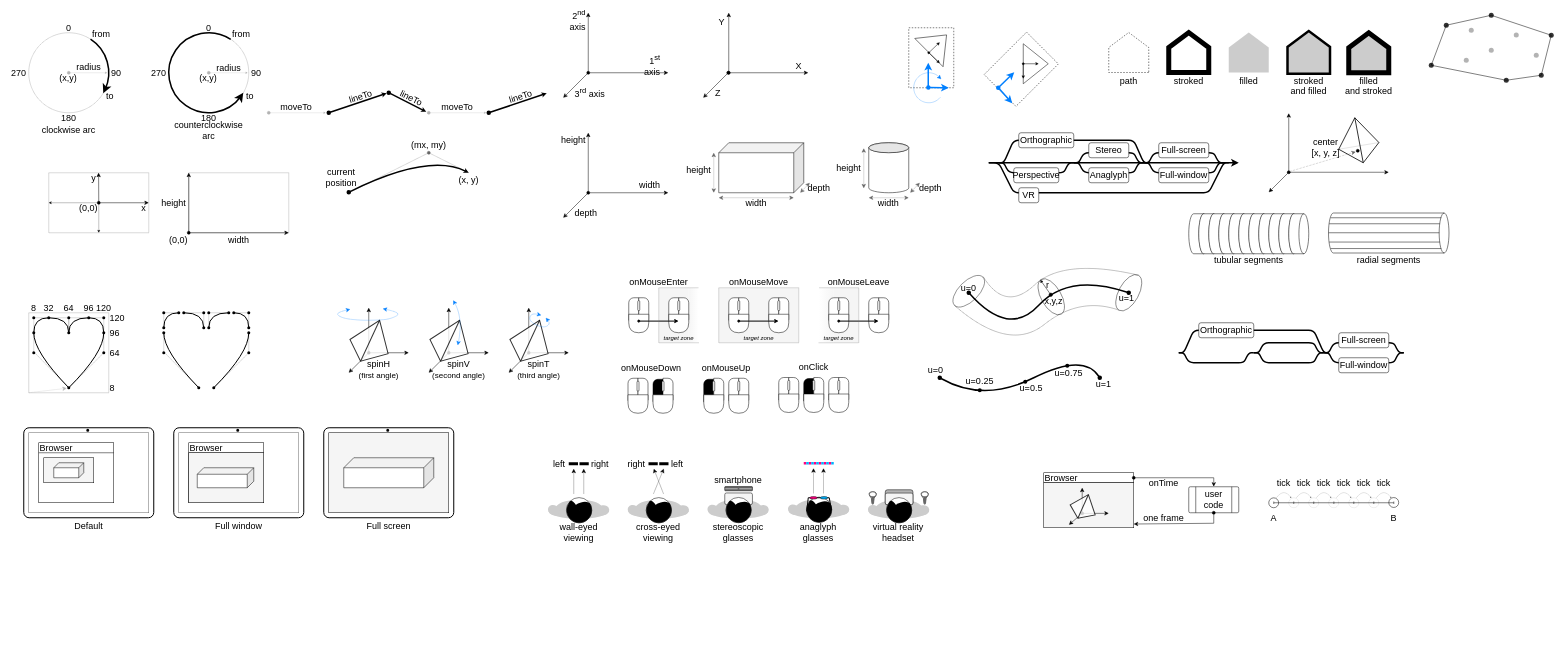
Above: docs/images/images.drawio in boytchev/suica (draw.io), before the change. Source tidied: cells renumbered, new cells numbered last; positions are measured from the earlier drawing's top-left corner, leaving out a move shared by most shapes. Both pictures are drawn from the tidied source at 50%, with x=0, y=0 at pixel (8, 12).
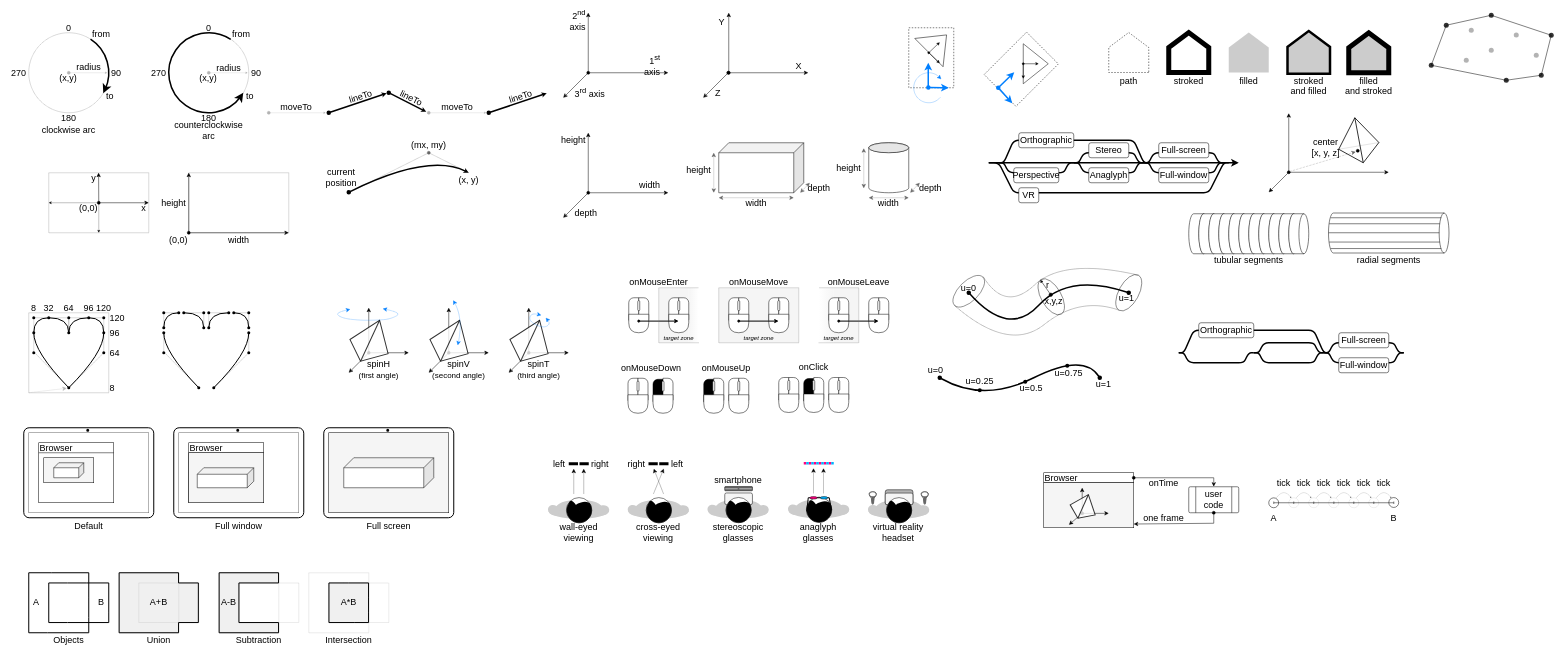
After the change.

Diff of the diagram source:
```diff
@@
+    <mxCell id="522" style="verticalLabelPosition=bottom;verticalAlign=top;html=1;shape=mxgraph.basic.polygon;polyCoords=[[0.3,0],[0.8,0],[0.8,0.42],[0.8,0.75],[0.8,1],[0.25,1],[0,1],[0,0]];polyline=0;fillColor=none;strokeWidth=2;" parent="1" vertex="1">
+      <mxGeometry x="40" y="1120" width="150" height="120" as="geometry" />
+    </mxCell>
+    <mxCell id="523" style="verticalLabelPosition=bottom;verticalAlign=top;html=1;shape=mxgraph.basic.polygon;polyCoords=[[0.25,0.17],[0.5,0.17],[0.8,0.17],[0.8,0.67],[0.8,0.83],[0.25,0.83],[0,0.83],[0,0.17]];polyline=0;fillColor=none;strokeWidth=2;" parent="1" vertex="1">
+      <mxGeometry x="80" y="1120" width="150" height="120" as="geometry" />
+    </mxCell>
+    <mxCell id="524" value="A" style="text;html=1;strokeColor=none;fillColor=none;align=center;verticalAlign=middle;whiteSpace=wrap;rounded=0;fontFamily=Calibri;fontSize=18;" parent="1" vertex="1">
+      <mxGeometry x="40" y="1165" width="30" height="27" as="geometry" />
+    </mxCell>
+    <mxCell id="525" value="B" style="text;html=1;strokeColor=none;fillColor=none;align=center;verticalAlign=middle;whiteSpace=wrap;rounded=0;fontFamily=Calibri;fontSize=18;" parent="1" vertex="1">
+      <mxGeometry x="170" y="1165" width="30" height="27" as="geometry" />
+    </mxCell>
+    <mxCell id="526" style="verticalLabelPosition=bottom;verticalAlign=top;html=1;shape=mxgraph.basic.polygon;polyCoords=[[0.3,0],[0.8,0],[0.8,0.42],[0.8,0.75],[0.8,1],[0.25,1],[0,1],[0,0]];polyline=0;fillColor=none;strokeWidth=0.5;dashed=1;dashPattern=1 1;strokeColor=#666666;" parent="1" vertex="1">
+      <mxGeometry x="220" y="1120" width="150" height="120" as="geometry" />
+    </mxCell>
+    <mxCell id="527" style="verticalLabelPosition=bottom;verticalAlign=top;html=1;shape=mxgraph.basic.polygon;polyCoords=[[0.25,0.17],[0.5,0.17],[0.8,0.17],[0.8,0.67],[0.8,0.83],[0.25,0.83],[0,0.83],[0,0.17]];polyline=0;fillColor=none;strokeWidth=0.5;dashed=1;dashPattern=1 1;strokeColor=#666666;" parent="1" vertex="1">
+      <mxGeometry x="260" y="1120" width="150" height="120" as="geometry" />
+    </mxCell>
+    <mxCell id="528" style="verticalLabelPosition=bottom;verticalAlign=top;html=1;shape=mxgraph.basic.polygon;polyCoords=[[0.72,0],[0.72,0.17],[0.94,0.17],[0.94,0.83],[0.72,0.83],[0.72,1],[0.06,1],[0.06,0]];polyline=0;fillColor=#B3B3B3;strokeWidth=2;sketch=0;jiggle=0;fillWeight=-1;opacity=20;strokeColor=none;" parent="1" vertex="1">
+      <mxGeometry x="210" y="1120" width="180" height="120" as="geometry" />
+    </mxCell>
+    <mxCell id="529" value="A+B" style="text;html=1;strokeColor=none;fillColor=none;align=center;verticalAlign=middle;whiteSpace=wrap;rounded=0;fontFamily=Calibri;fontSize=18;" parent="1" vertex="1">
+      <mxGeometry x="280" y="1165" width="40" height="27" as="geometry" />
+    </mxCell>
+    <mxCell id="530" style="verticalLabelPosition=bottom;verticalAlign=top;html=1;shape=mxgraph.basic.polygon;polyCoords=[[0.3,0],[0.8,0],[0.8,0.42],[0.8,0.75],[0.8,1],[0.25,1],[0,1],[0,0]];polyline=0;fillColor=none;strokeWidth=0.5;dashed=1;dashPattern=1 1;strokeColor=#666666;" parent="1" vertex="1">
+      <mxGeometry x="420" y="1120" width="150" height="120" as="geometry" />
+    </mxCell>
+    <mxCell id="531" style="verticalLabelPosition=bottom;verticalAlign=top;html=1;shape=mxgraph.basic.polygon;polyCoords=[[0.25,0.17],[0.5,0.17],[0.8,0.17],[0.8,0.67],[0.8,0.83],[0.25,0.83],[0,0.83],[0,0.17]];polyline=0;fillColor=none;strokeWidth=0.5;dashed=1;dashPattern=1 1;strokeColor=#666666;" parent="1" vertex="1">
+      <mxGeometry x="460" y="1120" width="150" height="120" as="geometry" />
+    </mxCell>
+    <mxCell id="532" style="verticalLabelPosition=bottom;verticalAlign=top;html=1;shape=mxgraph.basic.polygon;polyCoords=[[0.72,0],[0.72,0.17],[0.28,0.17],[0.28,0.83],[0.72,0.83],[0.72,1],[0.06,1],[0.06,0]];polyline=0;fillColor=#B3B3B3;strokeWidth=2;sketch=0;jiggle=0;fillWeight=-1;opacity=20;strokeColor=none;" parent="1" vertex="1">
+      <mxGeometry x="410" y="1120" width="180" height="120" as="geometry" />
+    </mxCell>
+    <mxCell id="533" value="A-B" style="text;html=1;strokeColor=none;fillColor=none;align=center;verticalAlign=middle;whiteSpace=wrap;rounded=0;fontFamily=Calibri;fontSize=18;" parent="1" vertex="1">
+      <mxGeometry x="420" y="1165" width="40" height="27" as="geometry" />
+    </mxCell>
+    <mxCell id="534" style="verticalLabelPosition=bottom;verticalAlign=top;html=1;shape=mxgraph.basic.polygon;polyCoords=[[0.3,0],[0.8,0],[0.8,0.42],[0.8,0.75],[0.8,1],[0.25,1],[0,1],[0,0]];polyline=0;fillColor=none;strokeWidth=0.5;dashed=1;dashPattern=1 1;strokeColor=#666666;" parent="1" vertex="1">
+      <mxGeometry x="600" y="1120" width="150" height="120" as="geometry" />
+    </mxCell>
+    <mxCell id="535" style="verticalLabelPosition=bottom;verticalAlign=top;html=1;shape=mxgraph.basic.polygon;polyCoords=[[0.25,0.17],[0.5,0.17],[1,0.17],[1,0.67],[1,0.83],[0.25,0.83],[0,0.83],[0,0.17]];polyline=0;fillColor=none;strokeWidth=0.5;dashed=1;dashPattern=1 1;strokeColor=#666666;" parent="1" vertex="1">
+      <mxGeometry x="640" y="1120" width="120" height="120" as="geometry" />
+    </mxCell>
+    <mxCell id="536" style="verticalLabelPosition=bottom;verticalAlign=top;html=1;shape=mxgraph.basic.polygon;polyCoords=[[0.5,0.17],[0.72,0.17],[0.72,0.42],[0.72,0.67],[0.72,0.83],[0.56,0.83],[0.28,0.83],[0.28,0.17]];polyline=0;fillColor=#B3B3B3;strokeWidth=2;sketch=0;jiggle=0;fillWeight=-1;opacity=20;strokeColor=none;" parent="1" vertex="1">
+      <mxGeometry x="590" y="1120" width="180" height="120" as="geometry" />
+    </mxCell>
+    <mxCell id="537" value="A*B" style="text;html=1;strokeColor=none;fillColor=none;align=center;verticalAlign=middle;whiteSpace=wrap;rounded=0;fontFamily=Calibri;fontSize=18;" parent="1" vertex="1">
+      <mxGeometry x="660" y="1165" width="40" height="27" as="geometry" />
+    </mxCell>
+    <mxCell id="538" style="verticalLabelPosition=bottom;verticalAlign=top;html=1;shape=mxgraph.basic.polygon;polyCoords=[[0.5,0.17],[0.72,0.17],[0.72,0.42],[0.72,0.67],[0.72,0.83],[0.56,0.83],[0.28,0.83],[0.28,0.17]];polyline=0;fillColor=none;strokeWidth=2;sketch=0;jiggle=0;fillWeight=-1;strokeColor=default;" parent="1" vertex="1">
+      <mxGeometry x="590" y="1120" width="180" height="120" as="geometry" />
+    </mxCell>
+    <mxCell id="539" style="verticalLabelPosition=bottom;verticalAlign=top;html=1;shape=mxgraph.basic.polygon;polyCoords=[[0.72,0],[0.72,0.17],[0.28,0.17],[0.28,0.83],[0.72,0.83],[0.72,1],[0.06,1],[0.06,0]];polyline=0;fillColor=none;strokeWidth=2;sketch=0;jiggle=0;fillWeight=-1;strokeColor=default;" parent="1" vertex="1">
+      <mxGeometry x="410" y="1120" width="180" height="120" as="geometry" />
+    </mxCell>
+    <mxCell id="540" style="verticalLabelPosition=bottom;verticalAlign=top;html=1;shape=mxgraph.basic.polygon;polyCoords=[[0.72,0],[0.72,0.17],[0.94,0.17],[0.94,0.83],[0.72,0.83],[0.72,1],[0.06,1],[0.06,0]];polyline=0;fillColor=none;strokeWidth=2;sketch=0;jiggle=0;fillWeight=-1;strokeColor=default;" parent="1" vertex="1">
+      <mxGeometry x="210" y="1120" width="180" height="120" as="geometry" />
+    </mxCell>
+    <mxCell id="541" value="Objects" style="text;html=1;strokeColor=none;fillColor=none;align=center;verticalAlign=middle;whiteSpace=wrap;rounded=0;fontFamily=Calibri;fontSize=18;" parent="1" vertex="1">
+      <mxGeometry x="40" y="1240" width="160" height="27" as="geometry" />
+    </mxCell>
+    <mxCell id="542" value="Union" style="text;html=1;strokeColor=none;fillColor=none;align=center;verticalAlign=middle;whiteSpace=wrap;rounded=0;fontFamily=Calibri;fontSize=18;" parent="1" vertex="1">
+      <mxGeometry x="220" y="1240" width="160" height="27" as="geometry" />
+    </mxCell>
+    <mxCell id="543" value="Subtraction" style="text;html=1;strokeColor=none;fillColor=none;align=center;verticalAlign=middle;whiteSpace=wrap;rounded=0;fontFamily=Calibri;fontSize=18;" parent="1" vertex="1">
+      <mxGeometry x="420" y="1240" width="160" height="27" as="geometry" />
+    </mxCell>
+    <mxCell id="544" value="Intersection" style="text;html=1;strokeColor=none;fillColor=none;align=center;verticalAlign=middle;whiteSpace=wrap;rounded=0;fontFamily=Calibri;fontSize=18;" parent="1" vertex="1">
+      <mxGeometry x="600" y="1240" width="160" height="27" as="geometry" />
+    </mxCell>
```
